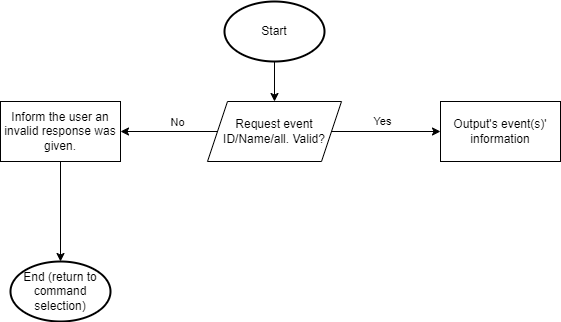
This is flowcharts/viewevents.drawio.png from iiRealisticDev/unit4tournamentapp, a draw.io export, as it was before one commit. Source tidied: cells renumbered, new cells last; positions are measured from the earlier drawing's top-left corner, leaving out a move shared by most shapes. Its diagram source:
```xml
<mxGraphModel>
  <root>
    <mxCell id="0" />
    <mxCell id="1" parent="0" />
    <mxCell id="2" style="edgeStyle=none;html=1;entryX=0.5;entryY=0;entryDx=0;entryDy=0;" parent="1" edge="1" source="3" target="8">
      <mxGeometry relative="1" as="geometry" />
    </mxCell>
    <mxCell id="3" value="Start" style="strokeWidth=2;html=1;shape=mxgraph.flowchart.start_1;whiteSpace=wrap;" parent="1" vertex="1">
      <mxGeometry x="224" width="100" height="60" as="geometry" />
    </mxCell>
    <mxCell id="4" style="edgeStyle=none;html=1;entryX=0;entryY=0.5;entryDx=0;entryDy=0;" parent="1" edge="1" source="8" target="9">
      <mxGeometry relative="1" as="geometry" />
    </mxCell>
    <mxCell id="5" value="Yes" style="edgeLabel;html=1;align=center;verticalAlign=middle;" parent="4" vertex="1">
      <mxGeometry x="0.45" y="-5" relative="1" as="geometry">
        <mxPoint x="-29" y="-16" as="offset" />
      </mxGeometry>
    </mxCell>
    <mxCell id="6" style="edgeStyle=none;html=1;entryX=1;entryY=0.5;entryDx=0;entryDy=0;" parent="1" edge="1" source="8" target="11">
      <mxGeometry relative="1" as="geometry" />
    </mxCell>
    <mxCell id="7" value="No" style="edgeLabel;html=1;align=center;verticalAlign=middle;" parent="6" vertex="1">
      <mxGeometry x="-0.47" y="-2" relative="1" as="geometry">
        <mxPoint x="-15" y="-8" as="offset" />
      </mxGeometry>
    </mxCell>
    <mxCell id="8" value="Request event ID/Name/all. Valid?" style="shape=parallelogram;perimeter=parallelogramPerimeter;whiteSpace=wrap;html=1;fixedSize=1;" parent="1" vertex="1">
      <mxGeometry x="207" y="100" width="134" height="60" as="geometry" />
    </mxCell>
    <mxCell id="9" value="Output's event(s)' information" style="rounded=0;whiteSpace=wrap;html=1;" parent="1" vertex="1">
      <mxGeometry x="440" y="100" width="120" height="60" as="geometry" />
    </mxCell>
    <mxCell id="10" style="edgeStyle=none;html=1;" parent="1" edge="1" source="11" target="12">
      <mxGeometry relative="1" as="geometry" />
    </mxCell>
    <mxCell id="11" value="Inform the user an invalid response was given." style="rounded=0;whiteSpace=wrap;html=1;" parent="1" vertex="1">
      <mxGeometry y="100" width="120" height="60" as="geometry" />
    </mxCell>
    <mxCell id="12" value="End (return to command selection)" style="strokeWidth=2;html=1;shape=mxgraph.flowchart.start_1;whiteSpace=wrap;" parent="1" vertex="1">
      <mxGeometry x="10" y="260" width="100" height="60" as="geometry" />
    </mxCell>
  </root>
</mxGraphModel>
```
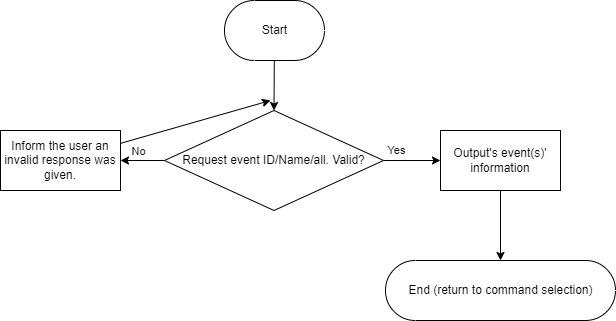
After the change.

The edit, as a diff of the source:
```diff
@@ -5,8 +5,8 @@
     <mxCell id="2" style="edgeStyle=none;html=1;entryX=0.5;entryY=0;entryDx=0;entryDy=0;" parent="1" edge="1" source="3" target="8">
       <mxGeometry relative="1" as="geometry" />
     </mxCell>
-    <mxCell id="3" value="Start" style="strokeWidth=2;html=1;shape=mxgraph.flowchart.start_1;whiteSpace=wrap;" parent="1" vertex="1">
-      <mxGeometry x="224" width="100" height="60" as="geometry" />
+    <mxCell id="3" value="Start" style="html=1;dashed=0;whitespace=wrap;shape=mxgraph.dfd.start;strokeColor=default;fontFamily=Helvetica;fontSize=12;fontColor=default;fillColor=default;" parent="1" vertex="1">
+      <mxGeometry x="224" y="-30" width="100" height="60" as="geometry" />
     </mxCell>
     <mxCell id="4" style="edgeStyle=none;html=1;entryX=0;entryY=0.5;entryDx=0;entryDy=0;" parent="1" edge="1" source="8" target="9">
       <mxGeometry relative="1" as="geometry" />
@@ -24,20 +24,27 @@
         <mxPoint x="-15" y="-8" as="offset" />
       </mxGeometry>
     </mxCell>
-    <mxCell id="8" value="Request event ID/Name/all. Valid?" style="shape=parallelogram;perimeter=parallelogramPerimeter;whiteSpace=wrap;html=1;fixedSize=1;" parent="1" vertex="1">
-      <mxGeometry x="207" y="100" width="134" height="60" as="geometry" />
+    <mxCell id="8" value="Request event ID/Name/all. Valid?" style="rhombus;whiteSpace=wrap;html=1;strokeColor=default;fontFamily=Helvetica;fontSize=12;fontColor=default;fillColor=default;" parent="1" vertex="1">
+      <mxGeometry x="164" y="80" width="219" height="100" as="geometry" />
     </mxCell>
     <mxCell id="9" value="Output's event(s)' information" style="rounded=0;whiteSpace=wrap;html=1;" parent="1" vertex="1">
       <mxGeometry x="440" y="100" width="120" height="60" as="geometry" />
     </mxCell>
-    <mxCell id="10" style="edgeStyle=none;html=1;" parent="1" edge="1" source="11" target="12">
-      <mxGeometry relative="1" as="geometry" />
+    <mxCell id="10" style="edgeStyle=none;html=1;" parent="1" edge="1" target="12">
+      <mxGeometry relative="1" as="geometry">
+        <mxPoint x="500" y="160" as="sourcePoint" />
+      </mxGeometry>
     </mxCell>
+    <mxCell id="13" style="edgeStyle=none;html=1;" parent="1" edge="1" source="11">
+      <mxGeometry relative="1" as="geometry">
+        <mxPoint x="270" y="70" as="targetPoint" />
+      </mxGeometry>
+    </mxCell>
     <mxCell id="11" value="Inform the user an invalid response was given." style="rounded=0;whiteSpace=wrap;html=1;" parent="1" vertex="1">
       <mxGeometry y="100" width="120" height="60" as="geometry" />
     </mxCell>
-    <mxCell id="12" value="End (return to command selection)" style="strokeWidth=2;html=1;shape=mxgraph.flowchart.start_1;whiteSpace=wrap;" parent="1" vertex="1">
-      <mxGeometry x="10" y="260" width="100" height="60" as="geometry" />
+    <mxCell id="12" value="End (return to command selection)" style="html=1;dashed=0;whitespace=wrap;shape=mxgraph.dfd.start;strokeColor=default;fontFamily=Helvetica;fontSize=12;fontColor=default;fillColor=default;" parent="1" vertex="1">
+      <mxGeometry x="385" y="230" width="230" height="60" as="geometry" />
     </mxCell>
   </root>
 </mxGraphModel>
```
